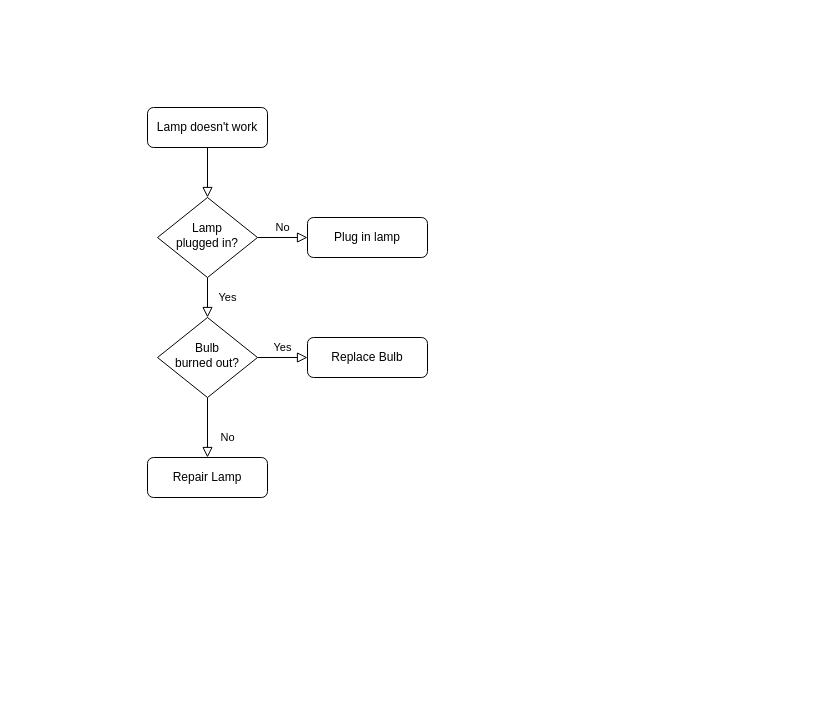
Before: Itau_Diagram.drawio in 82well/intro-itau, a draw.io diagram. Source tidied: cells renumbered, new cells numbered last; positions are measured from the earlier drawing's top-left corner, leaving out a move shared by most shapes. Both pictures are drawn from the tidied source at 100%, with x=0, y=0 at pixel (147, 107).
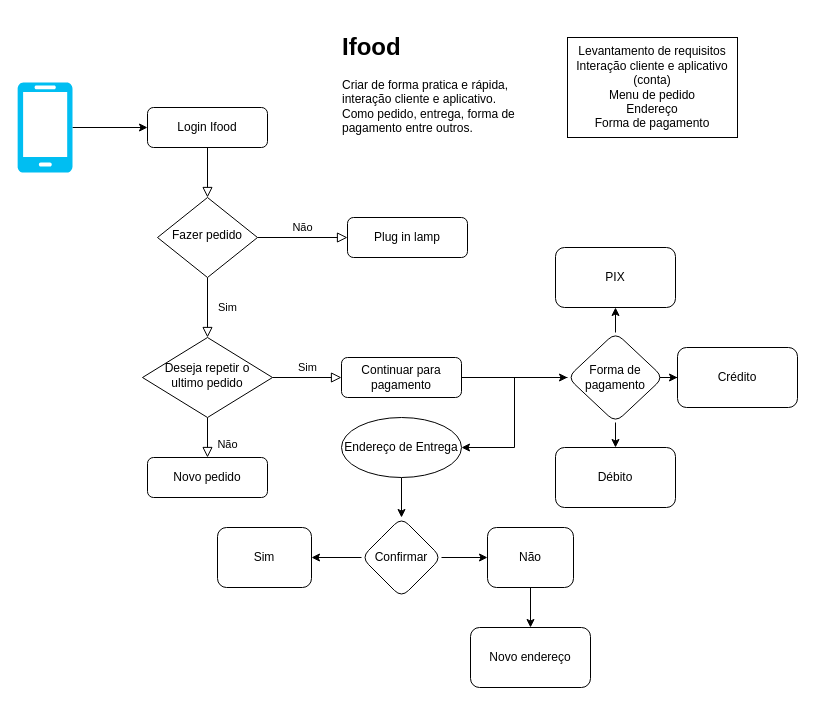
The same diagram, later.

Diff of the diagram source:
```diff
@@
-    <mxCell id="3" value="Lamp doesn't work" style="rounded=1;whiteSpace=wrap;html=1;fontSize=12;glass=0;strokeWidth=1;shadow=0;" parent="1" vertex="1">
+    <mxCell id="3" value="Login Ifood" style="rounded=1;whiteSpace=wrap;html=1;fontSize=12;glass=0;strokeWidth=1;shadow=0;" parent="1" vertex="1">
       <mxGeometry width="120" height="40" as="geometry" />
     </mxCell>
-    <mxCell id="4" value="Yes" style="rounded=0;html=1;jettySize=auto;fontSize=11;endArrow=block;endFill=0;endSize=8;strokeWidth=1;shadow=0;labelBackgroundColor=none;edgeStyle=orthogonalEdgeStyle;" parent="1" edge="1" source="6" target="10">
+    <mxCell id="4" value="Sim" style="rounded=0;html=1;jettySize=auto;fontSize=11;endArrow=block;endFill=0;endSize=8;strokeWidth=1;shadow=0;labelBackgroundColor=none;edgeStyle=orthogonalEdgeStyle;" parent="1" edge="1" source="6" target="10">
       <mxGeometry y="20" relative="1" as="geometry" />
     </mxCell>
-    <mxCell id="5" value="No" style="edgeStyle=orthogonalEdgeStyle;rounded=0;html=1;jettySize=auto;fontSize=11;endArrow=block;endFill=0;endSize=8;strokeWidth=1;shadow=0;labelBackgroundColor=none;" parent="1" edge="1" source="6" target="7">
+    <mxCell id="5" value="Não" style="edgeStyle=orthogonalEdgeStyle;rounded=0;html=1;jettySize=auto;fontSize=11;endArrow=block;endFill=0;endSize=8;strokeWidth=1;shadow=0;labelBackgroundColor=none;" parent="1" edge="1" source="6" target="7">
       <mxGeometry y="10" relative="1" as="geometry" />
     </mxCell>
-    <mxCell id="6" value="Lamp&lt;br&gt;plugged in?" style="rhombus;whiteSpace=wrap;html=1;shadow=0;fontFamily=Helvetica;fontSize=12;align=center;strokeWidth=1;spacing=6;spacingTop=-4;" parent="1" vertex="1">
+    <mxCell id="6" value="Fazer pedido" style="rhombus;whiteSpace=wrap;html=1;shadow=0;fontFamily=Helvetica;fontSize=12;align=center;strokeWidth=1;spacing=6;spacingTop=-4;" parent="1" vertex="1">
       <mxGeometry x="10" y="90" width="100" height="80" as="geometry" />
     </mxCell>
     <mxCell id="7" value="Plug in lamp" style="rounded=1;whiteSpace=wrap;html=1;fontSize=12;glass=0;strokeWidth=1;shadow=0;" parent="1" vertex="1">
-      <mxGeometry x="160" y="110" width="120" height="40" as="geometry" />
+      <mxGeometry x="200" y="110" width="120" height="40" as="geometry" />
     </mxCell>
-    <mxCell id="8" value="No" style="rounded=0;html=1;jettySize=auto;fontSize=11;endArrow=block;endFill=0;endSize=8;strokeWidth=1;shadow=0;labelBackgroundColor=none;edgeStyle=orthogonalEdgeStyle;" parent="1" edge="1" source="10" target="11">
+    <mxCell id="8" value="Não" style="rounded=0;html=1;jettySize=auto;fontSize=11;endArrow=block;endFill=0;endSize=8;strokeWidth=1;shadow=0;labelBackgroundColor=none;edgeStyle=orthogonalEdgeStyle;" parent="1" edge="1" source="10" target="11">
       <mxGeometry x="0.33" y="20" relative="1" as="geometry" />
     </mxCell>
-    <mxCell id="9" value="Yes" style="edgeStyle=orthogonalEdgeStyle;rounded=0;html=1;jettySize=auto;fontSize=11;endArrow=block;endFill=0;endSize=8;strokeWidth=1;shadow=0;labelBackgroundColor=none;" parent="1" edge="1" source="10" target="12">
+    <mxCell id="9" value="Sim" style="edgeStyle=orthogonalEdgeStyle;rounded=0;html=1;jettySize=auto;fontSize=11;endArrow=block;endFill=0;endSize=8;strokeWidth=1;shadow=0;labelBackgroundColor=none;" parent="1" edge="1" source="10" target="12">
       <mxGeometry y="10" relative="1" as="geometry" />
     </mxCell>
-    <mxCell id="10" value="Bulb&lt;br&gt;burned out?" style="rhombus;whiteSpace=wrap;html=1;shadow=0;fontFamily=Helvetica;fontSize=12;align=center;strokeWidth=1;spacing=6;spacingTop=-4;" parent="1" vertex="1">
-      <mxGeometry x="10" y="210" width="100" height="80" as="geometry" />
+    <mxCell id="10" value="Deseja repetir o ultimo pedido" style="rhombus;whiteSpace=wrap;html=1;shadow=0;fontFamily=Helvetica;fontSize=12;align=center;strokeWidth=1;spacing=6;spacingTop=-4;" parent="1" vertex="1">
+      <mxGeometry x="-5" y="230" width="130" height="80" as="geometry" />
     </mxCell>
-    <mxCell id="11" value="Repair Lamp" style="rounded=1;whiteSpace=wrap;html=1;fontSize=12;glass=0;strokeWidth=1;shadow=0;" parent="1" vertex="1">
+    <mxCell id="11" value="Novo pedido" style="rounded=1;whiteSpace=wrap;html=1;fontSize=12;glass=0;strokeWidth=1;shadow=0;" parent="1" vertex="1">
       <mxGeometry y="350" width="120" height="40" as="geometry" />
     </mxCell>
+    <mxCell id="13" style="edgeStyle=orthogonalEdgeStyle;rounded=0;jettySize=auto;html=1;" parent="1" edge="1" source="12" target="22">
+      <mxGeometry relative="1" as="geometry" />
+    </mxCell>
-    <mxCell id="12" value="Replace Bulb" style="rounded=1;whiteSpace=wrap;html=1;fontSize=12;glass=0;strokeWidth=1;shadow=0;" parent="1" vertex="1">
-      <mxGeometry x="160" y="230" width="120" height="40" as="geometry" />
+    <mxCell id="12" value="Continuar para pagamento" style="rounded=1;whiteSpace=wrap;html=1;fontSize=12;glass=0;strokeWidth=1;shadow=0;" parent="1" vertex="1">
+      <mxGeometry x="194" y="250" width="120" height="40" as="geometry" />
     </mxCell>
+    <mxCell id="14" value="Levantamento de requisitos&lt;br&gt;Interação cliente e aplicativo (conta)&lt;br&gt;Menu de pedido&lt;br&gt;Endereço&lt;br&gt;Forma de pagamento" style="rounded=0;whiteSpace=wrap;html=1;" parent="1" vertex="1">
+      <mxGeometry x="420" y="-70" width="170" height="100" as="geometry" />
+    </mxCell>
+    <mxCell id="15" value="&lt;h1&gt;Ifood&lt;/h1&gt;&lt;p&gt;Criar de forma pratica e rápida, interação cliente e aplicativo. Como pedido, entrega, forma de pagamento entre outros.&lt;/p&gt;" style="text;html=1;strokeColor=none;fillColor=none;spacing=5;spacingTop=-20;whiteSpace=wrap;overflow=hidden;rounded=0;" parent="1" vertex="1">
+      <mxGeometry x="190" y="-80" width="190" height="120" as="geometry" />
+    </mxCell>
+    <mxCell id="16" style="edgeStyle=orthogonalEdgeStyle;rounded=0;jettySize=auto;html=1;" parent="1" edge="1" source="17" target="3">
+      <mxGeometry relative="1" as="geometry" />
+    </mxCell>
+    <mxCell id="17" style="verticalLabelPosition=bottom;html=1;verticalAlign=top;align=center;strokeColor=none;fillColor=#00BEF2;shape=mxgraph.azure.mobile;" parent="1" vertex="1">
+      <mxGeometry x="-130" y="-25" width="55" height="90" as="geometry" />
+    </mxCell>
+    <mxCell id="18" style="edgeStyle=orthogonalEdgeStyle;rounded=0;jettySize=auto;html=1;" parent="1" edge="1" source="22" target="23">
+      <mxGeometry relative="1" as="geometry" />
+    </mxCell>
+    <mxCell id="19" style="edgeStyle=orthogonalEdgeStyle;rounded=0;jettySize=auto;html=1;" parent="1" edge="1" source="22" target="24">
+      <mxGeometry relative="1" as="geometry" />
+    </mxCell>
+    <mxCell id="20" style="edgeStyle=orthogonalEdgeStyle;rounded=0;jettySize=auto;html=1;" parent="1" edge="1" source="22" target="25">
+      <mxGeometry relative="1" as="geometry" />
+    </mxCell>
+    <mxCell id="21" style="edgeStyle=orthogonalEdgeStyle;rounded=0;jettySize=auto;html=1;" parent="1" edge="1" source="22" target="27">
+      <mxGeometry relative="1" as="geometry" />
+    </mxCell>
+    <mxCell id="22" value="Forma de pagamento" style="rhombus;whiteSpace=wrap;html=1;rounded=1;glass=0;strokeWidth=1;shadow=0;" parent="1" vertex="1">
+      <mxGeometry x="420" y="225" width="96" height="90" as="geometry" />
+    </mxCell>
+    <mxCell id="23" value="Crédito" style="whiteSpace=wrap;html=1;rounded=1;glass=0;strokeWidth=1;shadow=0;" parent="1" vertex="1">
+      <mxGeometry x="530" y="240" width="120" height="60" as="geometry" />
+    </mxCell>
+    <mxCell id="24" value="Débito" style="whiteSpace=wrap;html=1;rounded=1;glass=0;strokeWidth=1;shadow=0;" parent="1" vertex="1">
+      <mxGeometry x="408" y="340" width="120" height="60" as="geometry" />
+    </mxCell>
+    <mxCell id="25" value="PIX" style="whiteSpace=wrap;html=1;rounded=1;glass=0;strokeWidth=1;shadow=0;" parent="1" vertex="1">
+      <mxGeometry x="408" y="140" width="120" height="60" as="geometry" />
+    </mxCell>
+    <mxCell id="26" style="edgeStyle=orthogonalEdgeStyle;rounded=0;jettySize=auto;html=1;" parent="1" edge="1" source="27" target="30">
+      <mxGeometry relative="1" as="geometry" />
+    </mxCell>
+    <mxCell id="27" value="Endereço de Entrega" style="ellipse;whiteSpace=wrap;html=1;rounded=1;glass=0;strokeWidth=1;shadow=0;" parent="1" vertex="1">
+      <mxGeometry x="194" y="310" width="120" height="60" as="geometry" />
+    </mxCell>
+    <mxCell id="28" style="edgeStyle=orthogonalEdgeStyle;rounded=0;jettySize=auto;html=1;" parent="1" edge="1" source="30" target="31">
+      <mxGeometry relative="1" as="geometry" />
+    </mxCell>
+    <mxCell id="29" style="edgeStyle=orthogonalEdgeStyle;rounded=0;jettySize=auto;html=1;" parent="1" edge="1" source="30" target="33">
+      <mxGeometry relative="1" as="geometry" />
+    </mxCell>
+    <mxCell id="30" value="Confirmar" style="rhombus;whiteSpace=wrap;html=1;rounded=1;glass=0;strokeWidth=1;shadow=0;" parent="1" vertex="1">
+      <mxGeometry x="214" y="410" width="80" height="80" as="geometry" />
+    </mxCell>
+    <mxCell id="31" value="Sim" style="rounded=1;whiteSpace=wrap;html=1;glass=0;strokeWidth=1;shadow=0;" parent="1" vertex="1">
+      <mxGeometry x="70" y="420" width="94" height="60" as="geometry" />
+    </mxCell>
+    <mxCell id="32" style="edgeStyle=orthogonalEdgeStyle;rounded=0;jettySize=auto;html=1;" parent="1" edge="1" source="33" target="34">
+      <mxGeometry relative="1" as="geometry" />
+    </mxCell>
+    <mxCell id="33" value="Não" style="rounded=1;whiteSpace=wrap;html=1;glass=0;strokeWidth=1;shadow=0;" parent="1" vertex="1">
+      <mxGeometry x="340" y="420" width="86" height="60" as="geometry" />
+    </mxCell>
+    <mxCell id="34" value="Novo endereço" style="rounded=1;whiteSpace=wrap;html=1;glass=0;strokeWidth=1;shadow=0;" parent="1" vertex="1">
+      <mxGeometry x="323" y="520" width="120" height="60" as="geometry" />
+    </mxCell>
```
